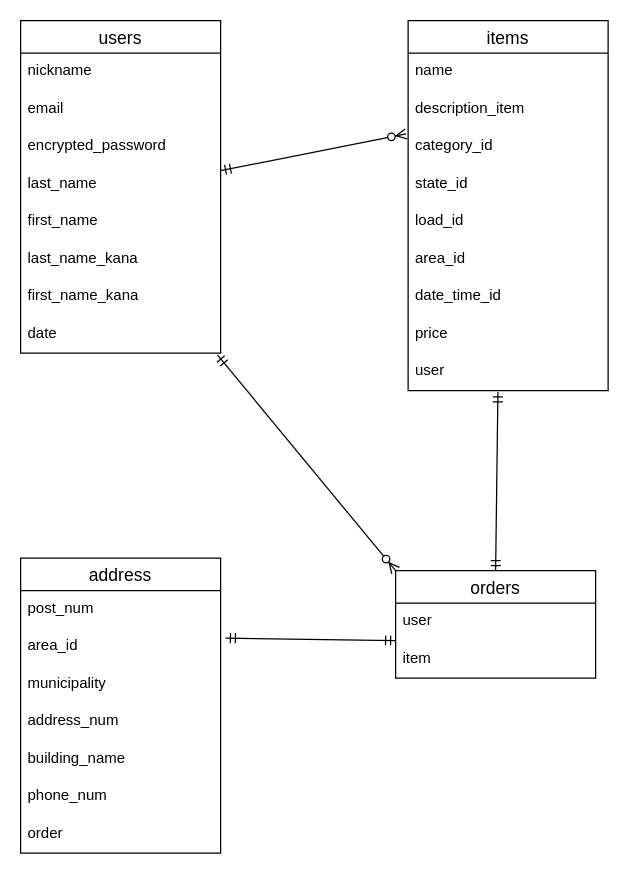
Above: page "ページ1" (1 of 2) of furima.dio in yudai1019/furima-38170 (draw.io), before the change. Source tidied: cells renumbered, new cells numbered last; positions are measured from the earlier drawing's top-left corner, leaving out a move shared by most shapes. Both pictures are drawn from the tidied source at 125%, with x=0, y=0 at pixel (20, 20).
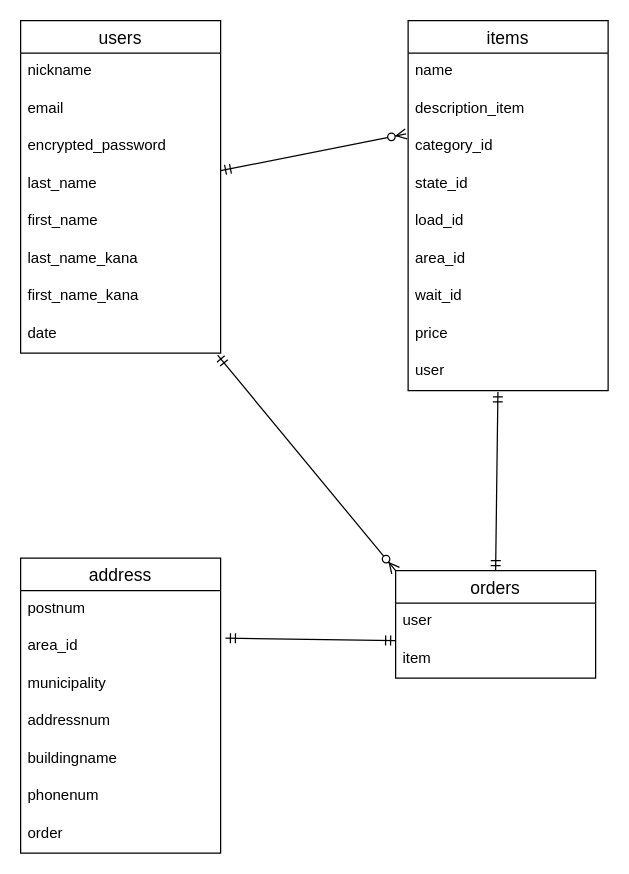
The same diagram, later.

The change refers to these unchanged cells:
```xml
<mxCell id="15" value="items" style="swimlane;fontStyle=0;horizontal=1;startSize=26;align=center;fontSize=14;" parent="1" vertex="1">
  <mxGeometry x="310" width="160" height="296" as="geometry" />
</mxCell>
<mxCell id="25" value="address" style="swimlane;fontStyle=0;horizontal=1;startSize=26;align=center;fontSize=14;" parent="1" vertex="1">
  <mxGeometry y="430" width="160" height="236" as="geometry" />
</mxCell>
```

The edit, as a diff of the source:
```diff
@@
-    <mxCell id="22" value="date_time_id" style="text;strokeColor=none;fillColor=none;spacingLeft=4;spacingRight=4;overflow=hidden;fontSize=12;" parent="15" vertex="1">
+    <mxCell id="22" value="wait_id" style="text;strokeColor=none;fillColor=none;spacingLeft=4;spacingRight=4;overflow=hidden;fontSize=12;" parent="15" vertex="1">
       <mxGeometry y="206" width="160" height="30" as="geometry" />
     </mxCell>
@@
-    <mxCell id="26" value="post_num" style="text;strokeColor=none;fillColor=none;spacingLeft=4;spacingRight=4;overflow=hidden;fontSize=12;" parent="25" vertex="1">
+    <mxCell id="26" value="postnum" style="text;strokeColor=none;fillColor=none;spacingLeft=4;spacingRight=4;overflow=hidden;fontSize=12;" parent="25" vertex="1">
       <mxGeometry y="26" width="160" height="30" as="geometry" />
     </mxCell>
@@
-    <mxCell id="29" value="address_num" style="text;strokeColor=none;fillColor=none;spacingLeft=4;spacingRight=4;overflow=hidden;fontSize=12;" parent="25" vertex="1">
+    <mxCell id="29" value="addressnum" style="text;strokeColor=none;fillColor=none;spacingLeft=4;spacingRight=4;overflow=hidden;fontSize=12;" parent="25" vertex="1">
       <mxGeometry y="116" width="160" height="30" as="geometry" />
     </mxCell>
-    <mxCell id="30" value="building_name" style="text;strokeColor=none;fillColor=none;spacingLeft=4;spacingRight=4;overflow=hidden;fontSize=12;" parent="25" vertex="1">
+    <mxCell id="30" value="buildingname" style="text;strokeColor=none;fillColor=none;spacingLeft=4;spacingRight=4;overflow=hidden;fontSize=12;" parent="25" vertex="1">
       <mxGeometry y="146" width="160" height="30" as="geometry" />
     </mxCell>
-    <mxCell id="31" value="phone_num" style="text;strokeColor=none;fillColor=none;spacingLeft=4;spacingRight=4;overflow=hidden;fontSize=12;" parent="25" vertex="1">
+    <mxCell id="31" value="phonenum" style="text;strokeColor=none;fillColor=none;spacingLeft=4;spacingRight=4;overflow=hidden;fontSize=12;" parent="25" vertex="1">
       <mxGeometry y="176" width="160" height="30" as="geometry" />
     </mxCell>
```
